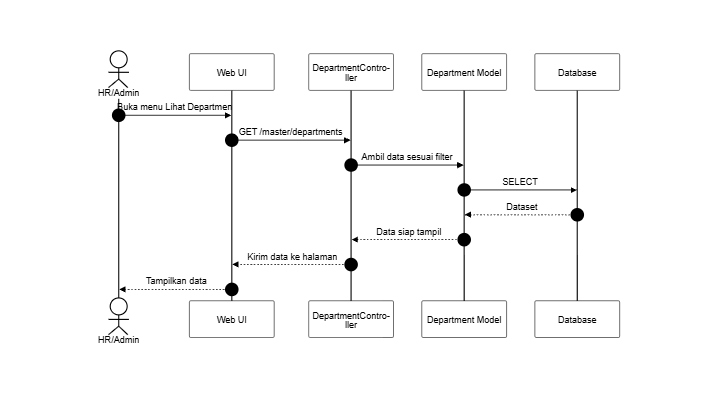
SulaimanHafi23/SimpegRSHDI keeps this Mermaid diagram as docs/SequenceDiagram/PNG_Transparent/MasterDataDepartmen-LihatDepartmen.png. Above is the earlier version. Its source is kept beside it as docs/SequenceDiagram/MasterDataDepartmen-LihatDepartmen.mermaid.
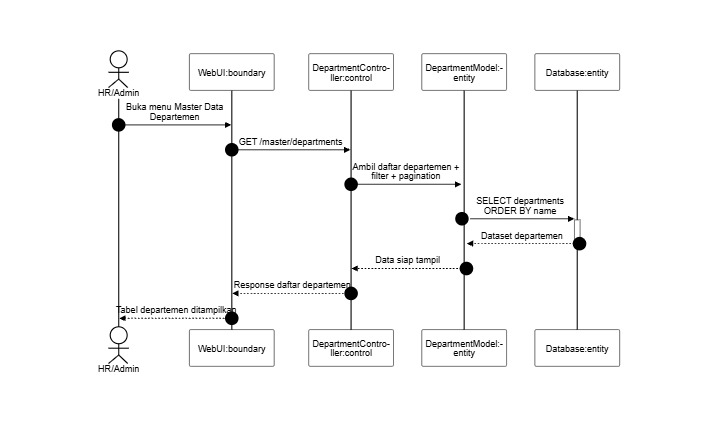
After the change.

The edit, as a diff of the source:
```diff
@@ -2,16 +2,16 @@
 sequenceDiagram
     autonumber
     actor A as HR/Admin
-    participant UI as Web UI
-    participant C as DepartmentController
-    participant M as Department Model
-    participant DB as Database
+    participant UI as Web UI :boundary
+    participant C as DepartmentController :control
+    participant M as Department Model :entity
+    participant DB as Database :entity
 
-    A->>UI: Buka menu Lihat Departmen
-    UI->>C: GET /master/departments
-    C->>M: Ambil data sesuai filter
-    M->>DB: SELECT
-    DB-->>M: Dataset
-    M-->>C: Data siap tampil
-    C-->>UI: Kirim data ke halaman
-    UI-->>A: Tampilkan data
+    A->>+UI: Buka menu Lihat Departmen
+    UI->>+C: GET /master/departments
+    C->>+M: Ambil data sesuai filter
+    M->>+DB: SELECT
+    DB-->>-M: Dataset
+    M-->>-C: Data siap tampil
+    C-->>-UI: Kirim data ke halaman
+    UI-->>-A: Tampilkan data
```
